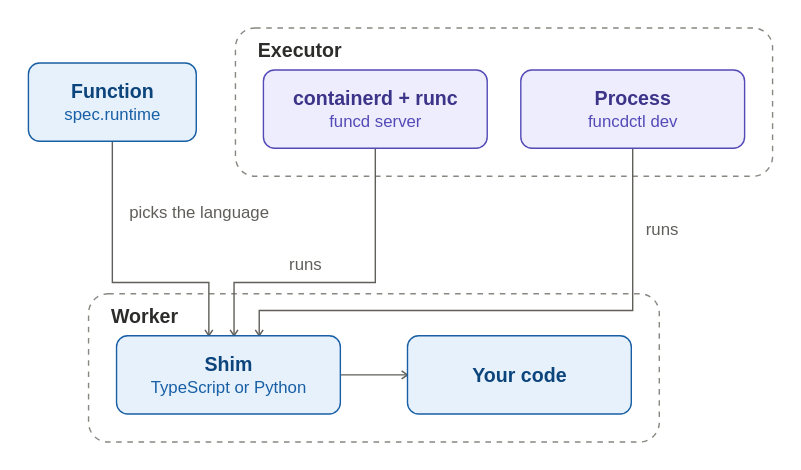
Before: docs/guide/platform/workloads/runtime.drawio.svg, a diagram exported from draw.io (pyvvo/funcd). Source tidied: cells renumbered, new cells last; positions are measured from the earlier drawing's top-left corner, leaving out a move shared by most shapes. The source it was exported from:
```xml
<mxGraphModel>
  <root>
    <mxCell id="0" />
    <mxCell id="1" parent="0" />
    <mxCell id="2" value="&lt;b&gt;Function&lt;/b&gt;&lt;br&gt;&lt;font style=&quot;font-size:12px&quot; color=&quot;#185FA5&quot;&gt;spec.runtime&lt;/font&gt;" style="rounded=1;absoluteArcSize=1;arcSize=16;whiteSpace=wrap;html=1;fillColor=#E6F1FB;strokeColor=#185FA5;fontColor=#0C447C;fontSize=14;" parent="1" vertex="1">
      <mxGeometry y="25" width="120" height="56" as="geometry" />
    </mxCell>
    <mxCell id="3" value="Executor" style="rounded=1;absoluteArcSize=1;arcSize=28;dashed=1;fillColor=none;strokeColor=#888780;fontStyle=1;fontSize=14;fontColor=#2C2C2A;align=left;verticalAlign=top;spacingLeft=10;spacingTop=2;html=1;" parent="1" vertex="1">
      <mxGeometry x="148" width="384" height="106" as="geometry" />
    </mxCell>
    <mxCell id="4" value="&lt;b&gt;containerd + runc&lt;/b&gt;&lt;br&gt;&lt;font style=&quot;font-size:12px&quot; color=&quot;#534AB7&quot;&gt;funcd server&lt;/font&gt;" style="rounded=1;absoluteArcSize=1;arcSize=16;whiteSpace=wrap;html=1;fillColor=#EEEDFE;strokeColor=#534AB7;fontColor=#3C3489;fontSize=14;" parent="3" vertex="1">
      <mxGeometry x="20" y="30" width="160" height="56" as="geometry" />
    </mxCell>
    <mxCell id="5" value="&lt;b&gt;Process&lt;/b&gt;&lt;br&gt;&lt;font style=&quot;font-size:12px&quot; color=&quot;#534AB7&quot;&gt;funcdctl dev&lt;/font&gt;" style="rounded=1;absoluteArcSize=1;arcSize=16;whiteSpace=wrap;html=1;fillColor=#EEEDFE;strokeColor=#534AB7;fontColor=#3C3489;fontSize=14;" parent="3" vertex="1">
      <mxGeometry x="204" y="30" width="160" height="56" as="geometry" />
    </mxCell>
    <mxCell id="6" value="Worker" style="rounded=1;absoluteArcSize=1;arcSize=28;dashed=1;fillColor=none;strokeColor=#888780;fontStyle=1;fontSize=14;fontColor=#2C2C2A;align=left;verticalAlign=top;spacingLeft=10;spacingTop=2;html=1;" parent="1" vertex="1">
      <mxGeometry x="43" y="190" width="408" height="106" as="geometry" />
    </mxCell>
    <mxCell id="7" value="&lt;b&gt;Shim&lt;/b&gt;&lt;br&gt;&lt;font style=&quot;font-size:12px&quot; color=&quot;#185FA5&quot;&gt;TypeScript or Python&lt;/font&gt;" style="rounded=1;absoluteArcSize=1;arcSize=16;whiteSpace=wrap;html=1;fillColor=#E6F1FB;strokeColor=#185FA5;fontColor=#0C447C;fontSize=14;" parent="6" vertex="1">
      <mxGeometry x="20" y="30" width="160" height="56" as="geometry" />
    </mxCell>
    <mxCell id="8" value="&lt;b&gt;Your code&lt;/b&gt;" style="rounded=1;absoluteArcSize=1;arcSize=16;whiteSpace=wrap;html=1;fillColor=#E6F1FB;strokeColor=#185FA5;fontColor=#0C447C;fontSize=14;" parent="6" vertex="1">
      <mxGeometry x="228" y="30" width="160" height="56" as="geometry" />
    </mxCell>
    <mxCell id="9" value="picks the language" style="edgeStyle=orthogonalEdgeStyle;rounded=0;html=1;jettySize=auto;strokeColor=#5F5E5A;fontColor=#5F5E5A;fontSize=12;labelBackgroundColor=#FFFFFF;endSize=7;endArrow=open;endFill=0;exitX=0.5;exitY=1;exitDx=0;exitDy=0;exitPerimeter=0;entryX=0.412;entryY=0;entryDx=0;entryDy=0;entryPerimeter=0;" parent="1" edge="1" source="2" target="7">
      <mxGeometry x="0.57" relative="1" as="geometry">
        <Array as="points">
          <mxPoint x="60" y="182" />
          <mxPoint x="129" y="182" />
        </Array>
        <mxPoint y="-50" as="offset" />
      </mxGeometry>
    </mxCell>
    <mxCell id="10" value="runs" style="edgeStyle=orthogonalEdgeStyle;rounded=0;html=1;jettySize=auto;strokeColor=#5F5E5A;fontColor=#5F5E5A;fontSize=12;labelBackgroundColor=#FFFFFF;endSize=7;endArrow=open;endFill=0;exitX=0.5;exitY=1;exitDx=0;exitDy=0;exitPerimeter=0;entryX=0.525;entryY=0;entryDx=0;entryDy=0;entryPerimeter=0;" parent="1" edge="1" source="4" target="7">
      <mxGeometry x="0.25" relative="1" as="geometry">
        <Array as="points">
          <mxPoint x="248" y="182" />
          <mxPoint x="147" y="182" />
        </Array>
        <mxPoint y="-13" as="offset" />
      </mxGeometry>
    </mxCell>
    <mxCell id="11" value="runs" style="edgeStyle=orthogonalEdgeStyle;rounded=0;html=1;jettySize=auto;strokeColor=#5F5E5A;fontColor=#5F5E5A;fontSize=12;labelBackgroundColor=#FFFFFF;endSize=7;endArrow=open;endFill=0;exitX=0.5;exitY=1;exitDx=0;exitDy=0;exitPerimeter=0;entryX=0.637;entryY=0;entryDx=0;entryDy=0;entryPerimeter=0;" parent="1" edge="1" source="5" target="7">
      <mxGeometry x="-0.71" relative="1" as="geometry">
        <Array as="points">
          <mxPoint x="432" y="202" />
          <mxPoint x="165" y="202" />
        </Array>
        <mxPoint x="21" as="offset" />
      </mxGeometry>
    </mxCell>
    <mxCell id="12" style="edgeStyle=orthogonalEdgeStyle;rounded=0;html=1;jettySize=auto;strokeColor=#5F5E5A;fontColor=#5F5E5A;fontSize=12;labelBackgroundColor=#FFFFFF;endSize=7;endArrow=open;endFill=0;exitX=1;exitY=0.5;exitDx=0;exitDy=0;exitPerimeter=0;entryX=0;entryY=0.5;entryDx=0;entryDy=0;entryPerimeter=0;" parent="1" edge="1" source="7" target="8">
      <mxGeometry relative="1" as="geometry" />
    </mxCell>
  </root>
</mxGraphModel>
```
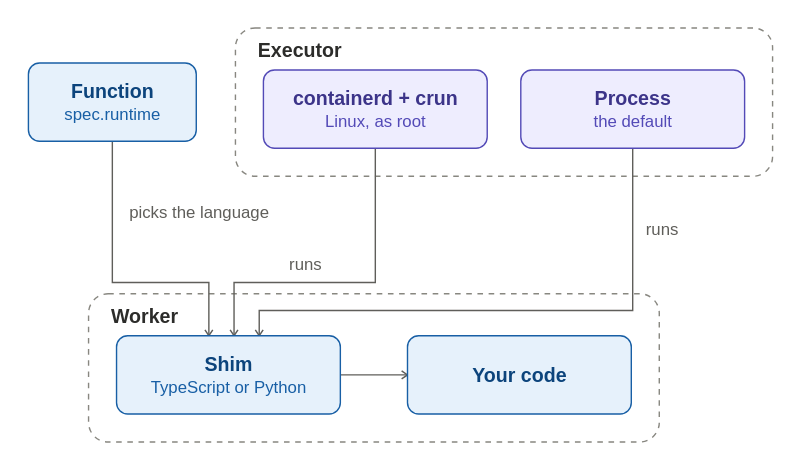
After the change.

Diff of the diagram source:
```diff
@@ -8,10 +8,10 @@
     <mxCell id="3" value="Executor" style="rounded=1;absoluteArcSize=1;arcSize=28;dashed=1;fillColor=none;strokeColor=#888780;fontStyle=1;fontSize=14;fontColor=#2C2C2A;align=left;verticalAlign=top;spacingLeft=10;spacingTop=2;html=1;" parent="1" vertex="1">
       <mxGeometry x="148" width="384" height="106" as="geometry" />
     </mxCell>
-    <mxCell id="4" value="&lt;b&gt;containerd + runc&lt;/b&gt;&lt;br&gt;&lt;font style=&quot;font-size:12px&quot; color=&quot;#534AB7&quot;&gt;funcd server&lt;/font&gt;" style="rounded=1;absoluteArcSize=1;arcSize=16;whiteSpace=wrap;html=1;fillColor=#EEEDFE;strokeColor=#534AB7;fontColor=#3C3489;fontSize=14;" parent="3" vertex="1">
+    <mxCell id="4" value="&lt;b&gt;containerd + crun&lt;/b&gt;&lt;br&gt;&lt;font style=&quot;font-size:12px&quot; color=&quot;#534AB7&quot;&gt;Linux, as root&lt;/font&gt;" style="rounded=1;absoluteArcSize=1;arcSize=16;whiteSpace=wrap;html=1;fillColor=#EEEDFE;strokeColor=#534AB7;fontColor=#3C3489;fontSize=14;" parent="3" vertex="1">
       <mxGeometry x="20" y="30" width="160" height="56" as="geometry" />
     </mxCell>
-    <mxCell id="5" value="&lt;b&gt;Process&lt;/b&gt;&lt;br&gt;&lt;font style=&quot;font-size:12px&quot; color=&quot;#534AB7&quot;&gt;funcdctl dev&lt;/font&gt;" style="rounded=1;absoluteArcSize=1;arcSize=16;whiteSpace=wrap;html=1;fillColor=#EEEDFE;strokeColor=#534AB7;fontColor=#3C3489;fontSize=14;" parent="3" vertex="1">
+    <mxCell id="5" value="&lt;b&gt;Process&lt;/b&gt;&lt;br&gt;&lt;font style=&quot;font-size:12px&quot; color=&quot;#534AB7&quot;&gt;the default&lt;/font&gt;" style="rounded=1;absoluteArcSize=1;arcSize=16;whiteSpace=wrap;html=1;fillColor=#EEEDFE;strokeColor=#534AB7;fontColor=#3C3489;fontSize=14;" parent="3" vertex="1">
       <mxGeometry x="204" y="30" width="160" height="56" as="geometry" />
     </mxCell>
     <mxCell id="6" value="Worker" style="rounded=1;absoluteArcSize=1;arcSize=28;dashed=1;fillColor=none;strokeColor=#888780;fontStyle=1;fontSize=14;fontColor=#2C2C2A;align=left;verticalAlign=top;spacingLeft=10;spacingTop=2;html=1;" parent="1" vertex="1">
```
